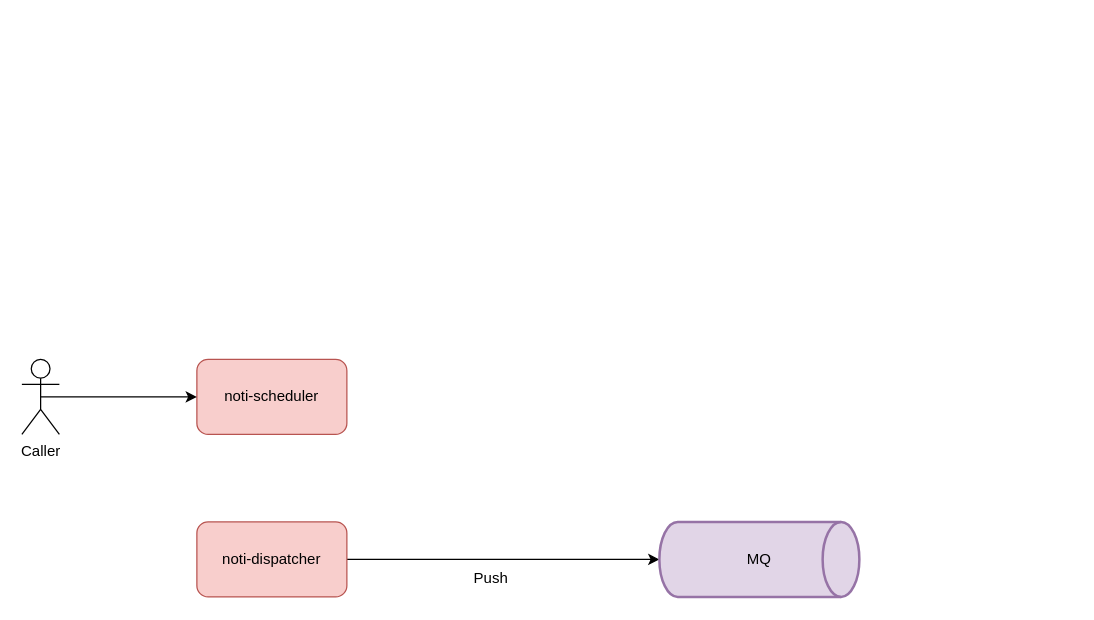
This is scheduler migration.drawio from zzw55486402/20200626, a draw.io file, before an edit. Source tidied: cells renumbered, new cells numbered last; positions are measured from the earlier drawing's top-left corner, leaving out a move shared by most shapes. Both pictures are drawn from the tidied source at 125%, with x=0, y=0 at pixel (21, 359).
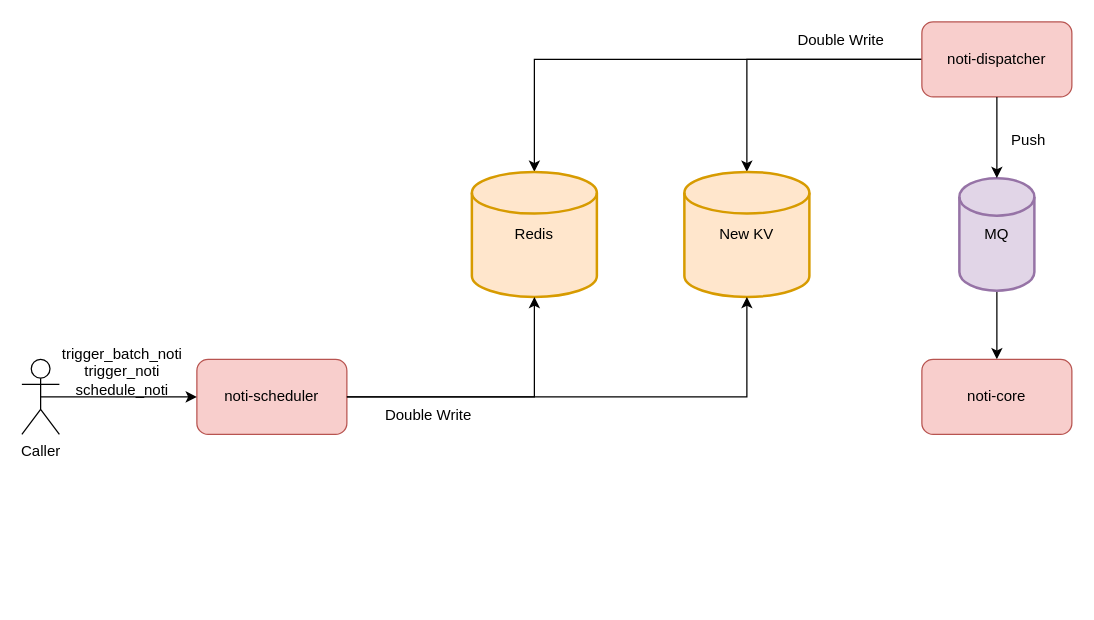
The same page after the edit.

What changed in the source:
```diff
@@
 <mxGraphModel>
   <root>
     <mxCell id="0" />
     <mxCell id="1" parent="0" />
     <mxCell id="2" value="noti-scheduler" style="rounded=1;whiteSpace=wrap;html=1;fillColor=#f8cecc;strokeColor=#b85450;" parent="1" vertex="1">
       <mxGeometry x="140" width="120" height="60" as="geometry" />
     </mxCell>
-    <mxCell id="3" style="edgeStyle=orthogonalEdgeStyle;rounded=0;jettySize=auto;html=1;exitX=1;exitY=0.5;exitDx=0;exitDy=0;" parent="1" edge="1" source="4" target="7">
-      <mxGeometry relative="1" as="geometry" />
-    </mxCell>
+    <mxCell id="9" style="edgeStyle=orthogonalEdgeStyle;rounded=0;jettySize=auto;html=1;exitX=0;exitY=0.5;exitDx=0;exitDy=0;" parent="1" edge="1" source="4" target="11">
+      <mxGeometry relative="1" as="geometry" />
+    </mxCell>
+    <mxCell id="10" style="edgeStyle=orthogonalEdgeStyle;rounded=0;jettySize=auto;html=1;exitX=0;exitY=0.5;exitDx=0;exitDy=0;" parent="1" edge="1" source="4" target="12">
+      <mxGeometry relative="1" as="geometry" />
+    </mxCell>
     <mxCell id="4" value="noti-dispatcher" style="rounded=1;whiteSpace=wrap;html=1;fillColor=#f8cecc;strokeColor=#b85450;" parent="1" vertex="1">
-      <mxGeometry x="140" y="130" width="120" height="60" as="geometry" />
+      <mxGeometry x="720" y="-270" width="120" height="60" as="geometry" />
     </mxCell>
     <mxCell id="5" style="edgeStyle=orthogonalEdgeStyle;rounded=0;jettySize=auto;html=1;exitX=0.5;exitY=0.5;exitDx=0;exitDy=0;exitPerimeter=0;entryX=0;entryY=0.5;entryDx=0;entryDy=0;" parent="1" edge="1" source="6" target="2">
       <mxGeometry relative="1" as="geometry" />
     </mxCell>
     <mxCell id="6" value="Caller" style="shape=umlActor;verticalLabelPosition=bottom;verticalAlign=top;html=1;outlineConnect=0;" parent="1" vertex="1">
       <mxGeometry width="30" height="60" as="geometry" />
     </mxCell>
+    <mxCell id="11" value="Redis" style="strokeWidth=2;html=1;shape=mxgraph.flowchart.database;whiteSpace=wrap;fillColor=#ffe6cc;strokeColor=#d79b00;" parent="1" vertex="1">
+      <mxGeometry x="360" y="-150" width="100" height="100" as="geometry" />
+    </mxCell>
+    <mxCell id="12" value="New KV" style="strokeWidth=2;html=1;shape=mxgraph.flowchart.database;whiteSpace=wrap;fillColor=#ffe6cc;strokeColor=#d79b00;" parent="1" vertex="1">
+      <mxGeometry x="530" y="-150" width="100" height="100" as="geometry" />
+    </mxCell>
+    <mxCell id="13" style="edgeStyle=orthogonalEdgeStyle;rounded=0;jettySize=auto;html=1;exitX=1;exitY=0.5;exitDx=0;exitDy=0;entryX=0.5;entryY=1;entryDx=0;entryDy=0;entryPerimeter=0;" parent="1" edge="1" source="2" target="11">
+      <mxGeometry relative="1" as="geometry" />
+    </mxCell>
+    <mxCell id="14" style="edgeStyle=orthogonalEdgeStyle;rounded=0;jettySize=auto;html=1;exitX=1;exitY=0.5;exitDx=0;exitDy=0;entryX=0.5;entryY=1;entryDx=0;entryDy=0;entryPerimeter=0;" parent="1" edge="1" source="2" target="12">
+      <mxGeometry relative="1" as="geometry" />
+    </mxCell>
+    <mxCell id="15" value="Double Write" style="text;html=1;align=center;verticalAlign=middle;strokeColor=none;fillColor=none;" parent="1" vertex="1">
+      <mxGeometry x="280" y="30" width="90" height="30" as="geometry" />
+    </mxCell>
+    <mxCell id="16" value="Double Write" style="text;html=1;align=center;verticalAlign=middle;strokeColor=none;fillColor=none;" parent="1" vertex="1">
+      <mxGeometry x="610" y="-270" width="90" height="30" as="geometry" />
+    </mxCell>
+    <mxCell id="17" style="edgeStyle=orthogonalEdgeStyle;rounded=0;jettySize=auto;html=1;exitX=0.5;exitY=1;exitDx=0;exitDy=0;exitPerimeter=0;entryX=0.5;entryY=0;entryDx=0;entryDy=0;" parent="1" edge="1" source="7" target="18">
+      <mxGeometry relative="1" as="geometry" />
+    </mxCell>
-    <mxCell id="7" value="MQ" style="strokeWidth=2;html=1;shape=mxgraph.flowchart.direct_data;whiteSpace=wrap;fillColor=#e1d5e7;strokeColor=#9673a6;" parent="1" vertex="1">
-      <mxGeometry x="510" y="130" width="160" height="60" as="geometry" />
+    <mxCell id="7" value="MQ" style="strokeWidth=2;html=1;shape=mxgraph.flowchart.database;whiteSpace=wrap;fillColor=#e1d5e7;strokeColor=#9673a6;" parent="1" vertex="1">
+      <mxGeometry x="750" y="-145" width="60" height="90" as="geometry" />
     </mxCell>
+    <mxCell id="3" style="edgeStyle=orthogonalEdgeStyle;rounded=0;jettySize=auto;html=1;exitX=0.5;exitY=1;exitDx=0;exitDy=0;entryX=0.5;entryY=0;entryDx=0;entryDy=0;entryPerimeter=0;" parent="1" edge="1" source="4" target="7">
+      <mxGeometry relative="1" as="geometry" />
+    </mxCell>
     <mxCell id="8" value="Push" style="text;html=1;align=center;verticalAlign=middle;strokeColor=none;fillColor=none;" parent="1" vertex="1">
-      <mxGeometry x="350" y="160" width="50" height="30" as="geometry" />
+      <mxGeometry x="780" y="-190" width="50" height="30" as="geometry" />
     </mxCell>
+    <mxCell id="18" value="noti-core" style="rounded=1;whiteSpace=wrap;html=1;fillColor=#f8cecc;strokeColor=#b85450;" parent="1" vertex="1">
+      <mxGeometry x="720" width="120" height="60" as="geometry" />
+    </mxCell>
+    <mxCell id="19" value="trigger_batch_noti&lt;br&gt;trigger_noti&lt;div&gt;schedule_noti&lt;/div&gt;" style="text;html=1;align=center;verticalAlign=middle;strokeColor=none;fillColor=none;" parent="1" vertex="1">
+      <mxGeometry x="20" y="-20" width="120" height="60" as="geometry" />
+    </mxCell>
   </root>
 </mxGraphModel>
```
